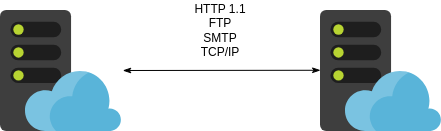
The draw.io diagram doc/image/m2m-soa-protocols.drawio.png in St-Michel-IT/architecture-application, before a commit. Source tidied: cells renumbered, new cells last; positions are measured from the earlier drawing's top-left corner, leaving out a move shared by most shapes. The source it was exported from:
```xml
<mxGraphModel>
  <root>
    <mxCell id="0" />
    <mxCell id="1" parent="0" />
    <mxCell id="2" style="image;sketch=0;html=1;points=[];align=center;fontSize=12;image=img/lib/mscae/WebHosting.svg;" parent="1" vertex="1">
      <mxGeometry x="320" y="10" width="121" height="121" as="geometry" />
    </mxCell>
    <mxCell id="3" style="edgeStyle=none;jettySize=auto;html=1;rounded=0;exitX=0;exitY=0.494;exitDx=0;exitDy=0;exitPerimeter=0;entryX=0.996;entryY=0.5;entryDx=0;entryDy=0;entryPerimeter=0;startArrow=classicThin;startFill=1;endArrow=classicThin;endFill=1;" parent="1" edge="1" source="2">
      <mxGeometry relative="1" as="geometry">
        <mxPoint x="122.3" y="70" as="targetPoint" />
      </mxGeometry>
    </mxCell>
    <mxCell id="4" value="HTTP 1.1&lt;div&gt;FTP&lt;/div&gt;&lt;div&gt;SMTP&lt;/div&gt;&lt;div&gt;TCP/IP&lt;/div&gt;" style="text;strokeColor=none;align=center;fillColor=none;html=1;verticalAlign=middle;whiteSpace=wrap;rounded=0;" parent="1" vertex="1">
      <mxGeometry x="190" width="60" height="60" as="geometry" />
    </mxCell>
    <mxCell id="5" style="image;sketch=0;html=1;align=center;fontSize=12;image=img/lib/mscae/WebHosting.svg;" parent="1" vertex="1">
      <mxGeometry y="10" width="121" height="121" as="geometry" />
    </mxCell>
  </root>
</mxGraphModel>
```
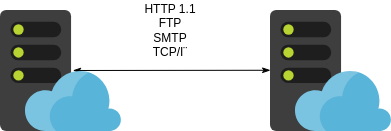
Later version of the same file.

Commit message:
Another proofreading.

What changed in the source:
```diff
@@ -10,11 +10,11 @@
         <mxPoint x="122.3" y="70" as="targetPoint" />
       </mxGeometry>
     </mxCell>
-    <mxCell id="4" value="HTTP 1.1&lt;div&gt;FTP&lt;/div&gt;&lt;div&gt;SMTP&lt;/div&gt;&lt;div&gt;TCP/IP&lt;/div&gt;" style="text;strokeColor=none;align=center;fillColor=none;html=1;verticalAlign=middle;whiteSpace=wrap;rounded=0;" parent="1" vertex="1">
+    <mxCell id="4" value="HTTP 1.1&lt;div&gt;FTP&lt;/div&gt;&lt;div&gt;SMTP&lt;/div&gt;&lt;div&gt;TCP/I¨&lt;/div&gt;" style="text;strokeColor=none;align=center;fillColor=none;html=1;verticalAlign=middle;whiteSpace=wrap;rounded=0;" parent="1" vertex="1">
       <mxGeometry x="190" width="60" height="60" as="geometry" />
     </mxCell>
     <mxCell id="5" style="image;sketch=0;html=1;align=center;fontSize=12;image=img/lib/mscae/WebHosting.svg;" parent="1" vertex="1">
-      <mxGeometry y="10" width="121" height="121" as="geometry" />
+      <mxGeometry x="50" y="10" width="121" height="121" as="geometry" />
     </mxCell>
   </root>
 </mxGraphModel>
```
